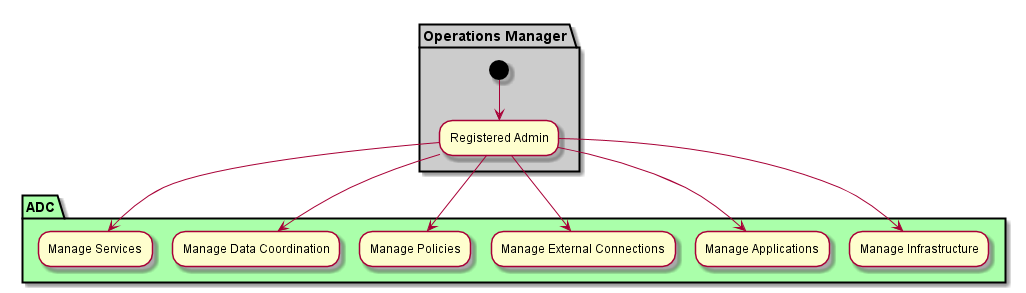
This is docs/Actors/Operations-Manager/Activity.png from CAADE/ADC, a PlantUML export, as it was before one commit.
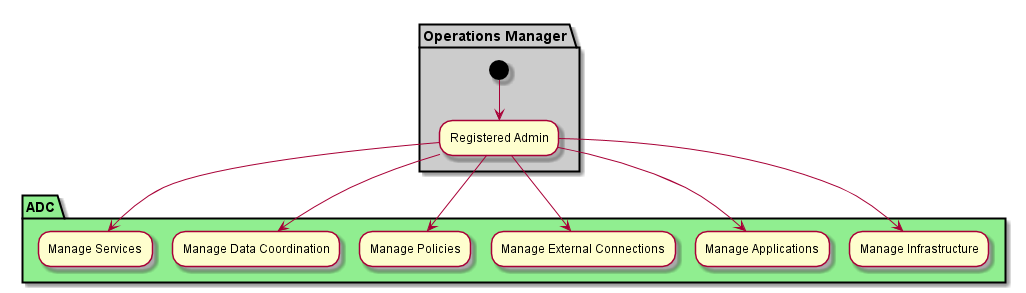
After the commit.

Change to the diagram source:
```diff
@@ -5,7 +5,7 @@
   (*) --> "Registered Admin"
 }
 
-partition "ADC" #aaffaa {
+partition "ADC" #lightgreen {
   "Registered Admin" --> "Manage Infrastructure"
   "Registered Admin" --> "Manage Applications"
   "Registered Admin" --> "Manage External Connections"
```
